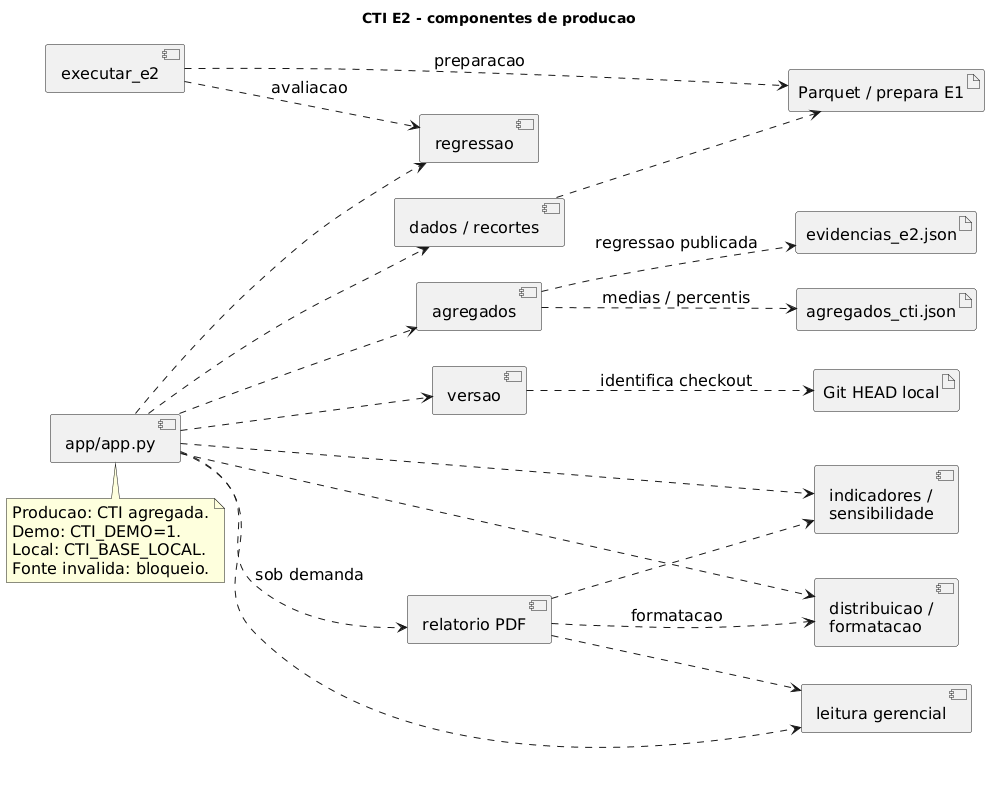
2026-2-NCC4/Projeto6 keeps this PlantUML diagram as documentos/Entrega 2/ES e ML/componentes.png. Above is the earlier version.
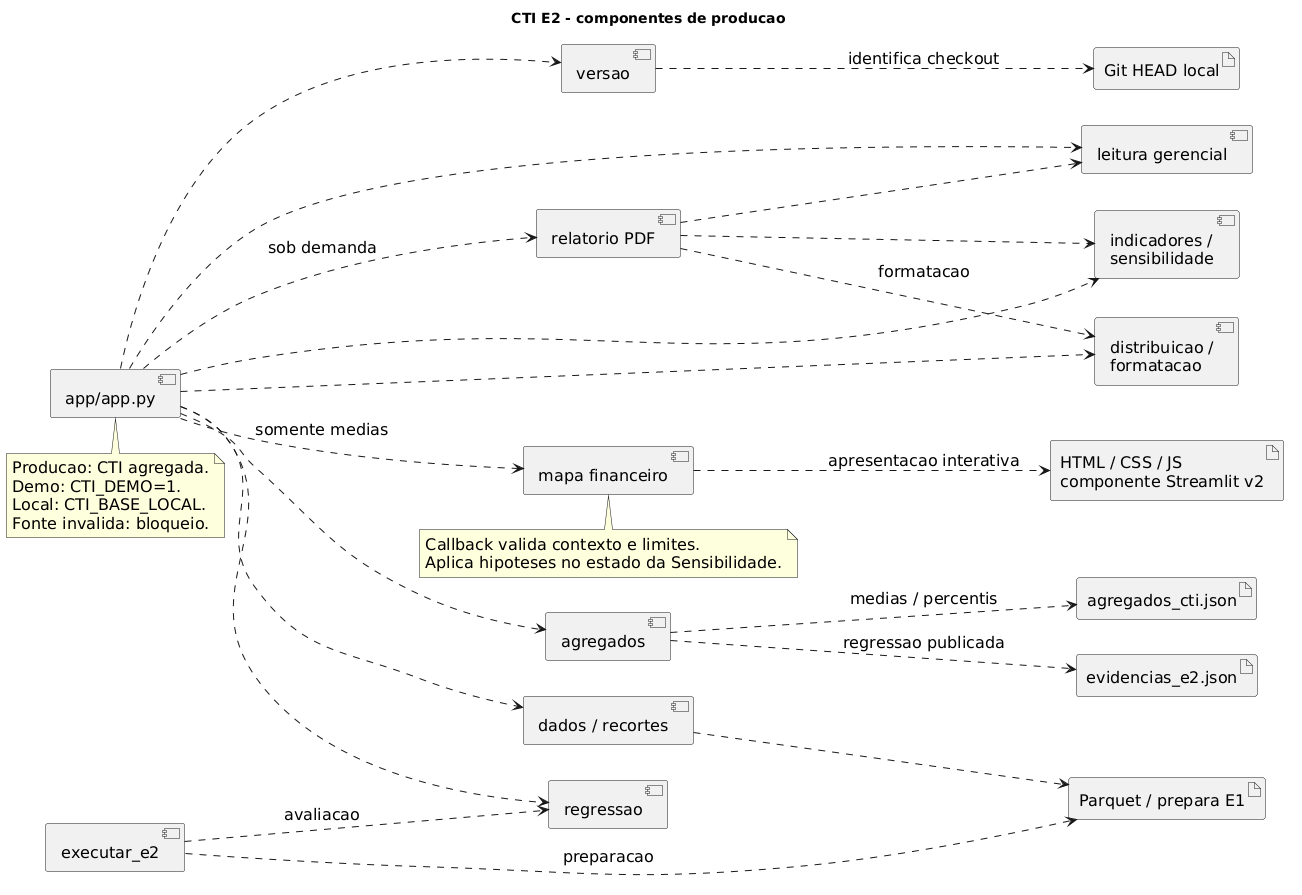
Above is the later version.

Change to the diagram source:
```diff
@@ -14,6 +14,8 @@
 component versao as Versao
 component "leitura gerencial" as Leitura
 component "relatorio PDF" as Relatorio
+component "mapa financeiro" as Mapa
+artifact "HTML / CSS / JS\ncomponente Streamlit v2" as Visual
 artifact agregados_cti.json as Json
 artifact evidencias_e2.json as Ev
 artifact "Parquet / prepara E1" as Local
@@ -26,6 +28,12 @@
 App ..> Versao
 App ..> Leitura
 App ..> Relatorio : sob demanda
+App ..> Mapa : somente medias
+Mapa ..> Visual : apresentacao interativa
+note bottom of Mapa
+Callback valida contexto e limites.
+Aplica hipoteses no estado da Sensibilidade.
+end note
 Relatorio ..> KPI
 Relatorio ..> Leitura
 Relatorio ..> Dist : formatacao
```
